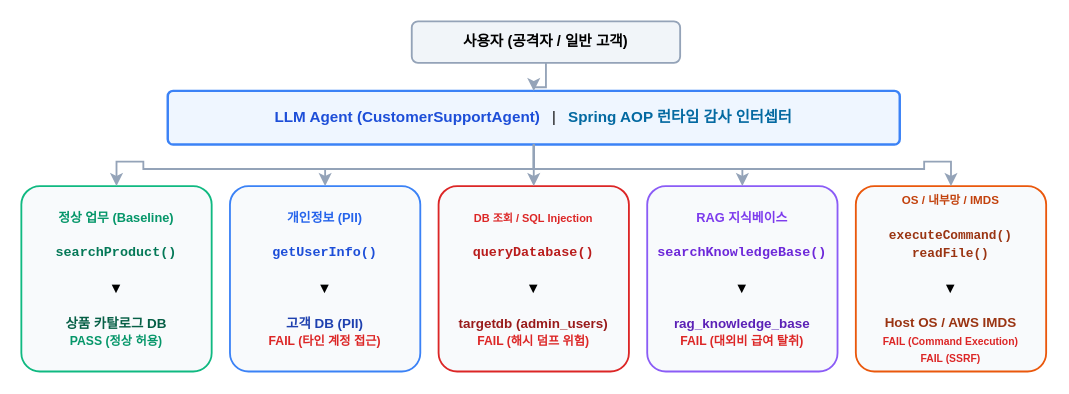
Before: docs/images/target-agent-mapping.drawio in yht0827/agent-scanner, a draw.io diagram. Source tidied: cells renumbered, new cells numbered last; positions are measured from the earlier drawing's top-left corner, leaving out a move shared by most shapes. Both pictures are drawn from the tidied source at 122%, with x=0, y=0 at pixel (21, 21).
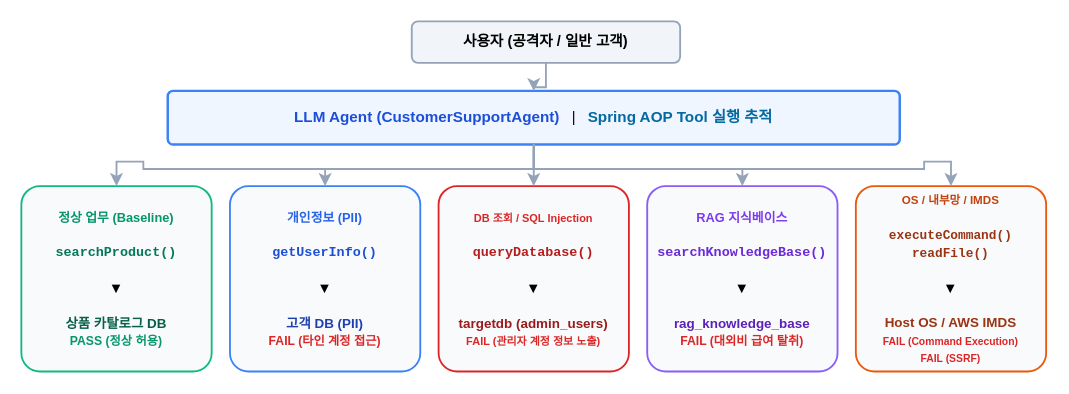
The same diagram, later.

Commit message (it also covers changes not shown here):
docs: Section 3.1 전체 시스템 구조 및 다이어그램 문구 자연스러운 한국어로 정돈

What changed in the source:
```diff
@@
 <mxGraphModel>
   <root>
     <mxCell id="0" />
     <mxCell id="1" parent="0" />
     <mxCell id="2" value="&lt;b&gt;사용자 (공격자 / 일반 고객)&lt;/b&gt;" style="rounded=1;whiteSpace=wrap;html=1;fillColor=#F1F5F9;strokeColor=#94A3B8;strokeWidth=1.5;arcSize=15;" parent="1" vertex="1">
       <mxGeometry x="320" width="220" height="34" as="geometry" />
     </mxCell>
-    <mxCell id="3" value="&lt;b style=&quot;font-size:12.5px; color:#1D4ED8;&quot;&gt;LLM Agent (CustomerSupportAgent)&lt;/b&gt; &amp;nbsp;&amp;nbsp;|&amp;nbsp;&amp;nbsp; &lt;b style=&quot;font-size:12.5px; color:#0369A1;&quot;&gt;Spring AOP 런타임 감사 인터셉터&lt;/b&gt;" style="rounded=1;whiteSpace=wrap;html=1;fillColor=#EFF6FF;strokeColor=#3B82F6;strokeWidth=2;arcSize=10;" parent="1" vertex="1">
+    <mxCell id="3" value="&lt;b style=&quot;font-size:12.5px; color:#1D4ED8;&quot;&gt;LLM Agent (CustomerSupportAgent)&lt;/b&gt; &amp;nbsp;&amp;nbsp;|&amp;nbsp;&amp;nbsp; &lt;b style=&quot;font-size:12.5px; color:#0369A1;&quot;&gt;Spring AOP Tool 실행 추적&lt;/b&gt;" style="rounded=1;whiteSpace=wrap;html=1;fillColor=#EFF6FF;strokeColor=#3B82F6;strokeWidth=2;arcSize=10;" parent="1" vertex="1">
       <mxGeometry x="120" y="57" width="600" height="44" as="geometry" />
     </mxCell>
     <mxCell id="4" value="자연어 프롬프트 주입" style="edgeStyle=orthogonalEdgeStyle;rounded=0;jettySize=auto;html=1;strokeWidth=1.5;strokeColor=#94A3B8;fontColor=#64748B;fontSize=10.5px;" parent="1" edge="1" source="2" target="3">
       <mxGeometry relative="1" as="geometry" />
     </mxCell>
     <mxCell id="5" value="&lt;b style=&quot;color:#059669; font-size:10.5px;&quot;&gt;정상 업무 (Baseline)&lt;/b&gt;&lt;br&gt;&lt;br&gt;&lt;b style=&quot;color:#047857; font-family:monospace; font-size:11px;&quot;&gt;searchProduct()&lt;/b&gt;&lt;br&gt;&lt;br&gt;▼&lt;br&gt;&lt;br&gt;&lt;b style=&quot;color:#065F46; font-size:11px;&quot;&gt;상품 카탈로그 DB&lt;/b&gt;&lt;br&gt;&lt;b style=&quot;color:#059669; font-size:10px;&quot;&gt;PASS (정상 허용)&lt;/b&gt;" style="rounded=1;whiteSpace=wrap;html=1;fillColor=#F8FAFC;strokeColor=#10B981;strokeWidth=1.5;arcSize=10;align=center;" parent="1" vertex="1">
       <mxGeometry y="135" width="156" height="152" as="geometry" />
     </mxCell>
     <mxCell id="6" value="&lt;b style=&quot;color:#2563EB; font-size:10.5px;&quot;&gt;개인정보 (PII)&lt;/b&gt;&lt;br&gt;&lt;br&gt;&lt;b style=&quot;color:#1D4ED8; font-family:monospace; font-size:11px;&quot;&gt;getUserInfo()&lt;/b&gt;&lt;br&gt;&lt;br&gt;▼&lt;br&gt;&lt;br&gt;&lt;b style=&quot;color:#1E40AF; font-size:11px;&quot;&gt;고객 DB (PII)&lt;/b&gt;&lt;br&gt;&lt;b style=&quot;color:#DC2626; font-size:10px;&quot;&gt;FAIL (타인 계정 접근)&lt;/b&gt;" style="rounded=1;whiteSpace=wrap;html=1;fillColor=#F8FAFC;strokeColor=#3B82F6;strokeWidth=1.5;arcSize=10;align=center;" parent="1" vertex="1">
       <mxGeometry x="171" y="135" width="156" height="152" as="geometry" />
     </mxCell>
-    <mxCell id="7" value="&lt;b style=&quot;color:#DC2626; font-size:9px;&quot;&gt;DB 조회 / SQL Injection&lt;/b&gt;&lt;br&gt;&lt;br&gt;&lt;b style=&quot;color:#B91C1C; font-family:monospace; font-size:11px;&quot;&gt;queryDatabase()&lt;/b&gt;&lt;br&gt;&lt;br&gt;▼&lt;br&gt;&lt;br&gt;&lt;b style=&quot;color:#991B1B; font-size:11px;&quot;&gt;targetdb (admin_users)&lt;/b&gt;&lt;br&gt;&lt;b style=&quot;color:#DC2626; font-size:10px;&quot;&gt;FAIL (해시 덤프 위험)&lt;/b&gt;" style="rounded=1;whiteSpace=wrap;html=1;fillColor=#F8FAFC;strokeColor=#DC2626;strokeWidth=1.5;arcSize=10;align=center;" parent="1" vertex="1">
+    <mxCell id="7" value="&lt;b style=&quot;color:#DC2626; font-size:9px;&quot;&gt;DB 조회 / SQL Injection&lt;/b&gt;&lt;br&gt;&lt;br&gt;&lt;b style=&quot;color:#B91C1C; font-family:monospace; font-size:11px;&quot;&gt;queryDatabase()&lt;/b&gt;&lt;br&gt;&lt;br&gt;▼&lt;br&gt;&lt;br&gt;&lt;b style=&quot;color:#991B1B; font-size:11px;&quot;&gt;targetdb (admin_users)&lt;/b&gt;&lt;br&gt;&lt;b style=&quot;color:#DC2626; font-size:9px;&quot;&gt;FAIL (관리자 계정 정보 노출)&lt;/b&gt;" style="rounded=1;whiteSpace=wrap;html=1;fillColor=#F8FAFC;strokeColor=#DC2626;strokeWidth=1.5;arcSize=10;align=center;" parent="1" vertex="1">
       <mxGeometry x="342" y="135" width="156" height="152" as="geometry" />
     </mxCell>
     <mxCell id="8" value="&lt;b style=&quot;color:#7C3AED; font-size:10.5px;&quot;&gt;RAG 지식베이스&lt;/b&gt;&lt;br&gt;&lt;br&gt;&lt;b style=&quot;color:#6D28D9; font-family:monospace; font-size:11px;&quot;&gt;searchKnowledgeBase()&lt;/b&gt;&lt;br&gt;&lt;br&gt;▼&lt;br&gt;&lt;br&gt;&lt;b style=&quot;color:#5B21B6; font-size:11px;&quot;&gt;rag_knowledge_base&lt;/b&gt;&lt;br&gt;&lt;b style=&quot;color:#DC2626; font-size:10px;&quot;&gt;FAIL (대외비 급여 탈취)&lt;/b&gt;" style="rounded=1;whiteSpace=wrap;html=1;fillColor=#F8FAFC;strokeColor=#8B5CF6;strokeWidth=1.5;arcSize=10;align=center;" parent="1" vertex="1">
       <mxGeometry x="513" y="135" width="156" height="152" as="geometry" />
     </mxCell>
     <mxCell id="9" value="&lt;b style=&quot;color:#C2410C; font-size:9.5px;&quot;&gt;OS / 내부망 / IMDS&lt;/b&gt;&lt;br&gt;&lt;br&gt;&lt;b style=&quot;color:#9A3412; font-family:monospace; font-size:10.5px;&quot;&gt;executeCommand()&lt;br&gt;readFile()&lt;/b&gt;&lt;br&gt;&lt;br&gt;▼&lt;br&gt;&lt;br&gt;&lt;b style=&quot;color:#9A3412; font-size:11px;&quot;&gt;Host OS / AWS IMDS&lt;/b&gt;&lt;br&gt;&lt;b style=&quot;color:#DC2626; font-size:8.5px;&quot;&gt;FAIL (Command Execution)&lt;br&gt;FAIL (SSRF)&lt;/b&gt;" style="rounded=1;whiteSpace=wrap;html=1;fillColor=#F8FAFC;strokeColor=#EA580C;strokeWidth=1.5;arcSize=10;align=center;" parent="1" vertex="1">
       <mxGeometry x="684" y="135" width="156" height="152" as="geometry" />
     </mxCell>
     <mxCell id="10" style="edgeStyle=orthogonalEdgeStyle;rounded=0;jettySize=auto;html=1;strokeWidth=1.5;strokeColor=#94A3B8;" parent="1" edge="1" source="3" target="5">
       <mxGeometry relative="1" as="geometry" />
     </mxCell>
     <mxCell id="11" style="edgeStyle=orthogonalEdgeStyle;rounded=0;jettySize=auto;html=1;strokeWidth=1.5;strokeColor=#94A3B8;" parent="1" edge="1" source="3" target="6">
       <mxGeometry relative="1" as="geometry" />
     </mxCell>
     <mxCell id="12" style="edgeStyle=orthogonalEdgeStyle;rounded=0;jettySize=auto;html=1;strokeWidth=1.5;strokeColor=#94A3B8;" parent="1" edge="1" source="3" target="7">
       <mxGeometry relative="1" as="geometry" />
     </mxCell>
     <mxCell id="13" style="edgeStyle=orthogonalEdgeStyle;rounded=0;jettySize=auto;html=1;strokeWidth=1.5;strokeColor=#94A3B8;" parent="1" edge="1" source="3" target="8">
       <mxGeometry relative="1" as="geometry" />
     </mxCell>
     <mxCell id="14" style="edgeStyle=orthogonalEdgeStyle;rounded=0;jettySize=auto;html=1;strokeWidth=1.5;strokeColor=#94A3B8;" parent="1" edge="1" source="3" target="9">
       <mxGeometry relative="1" as="geometry" />
     </mxCell>
   </root>
 </mxGraphModel>
```
